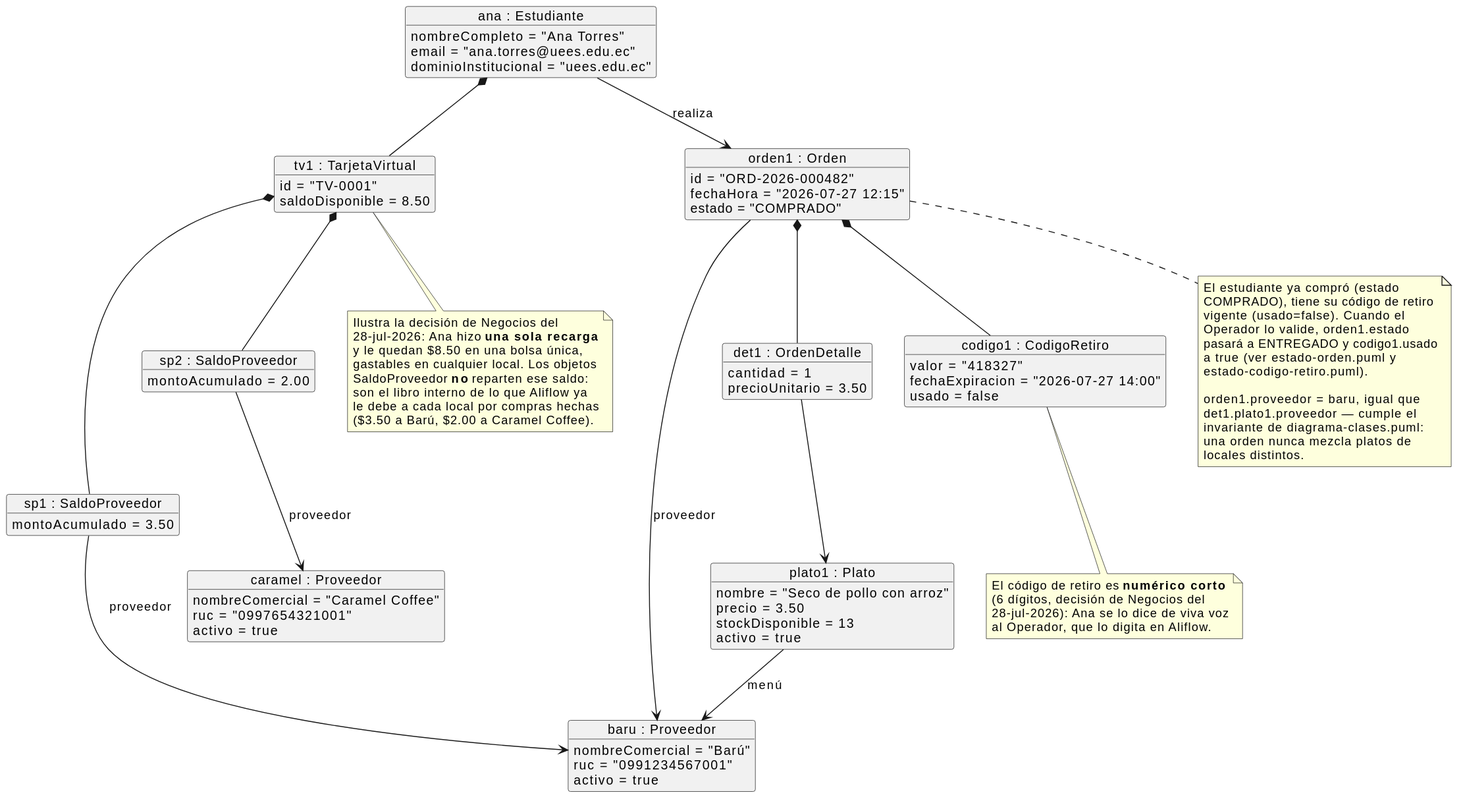
Earlier version of the PlantUML export Entregables/uml/objeto-billetera-orden.svg (Jesus-JB/aliflow).
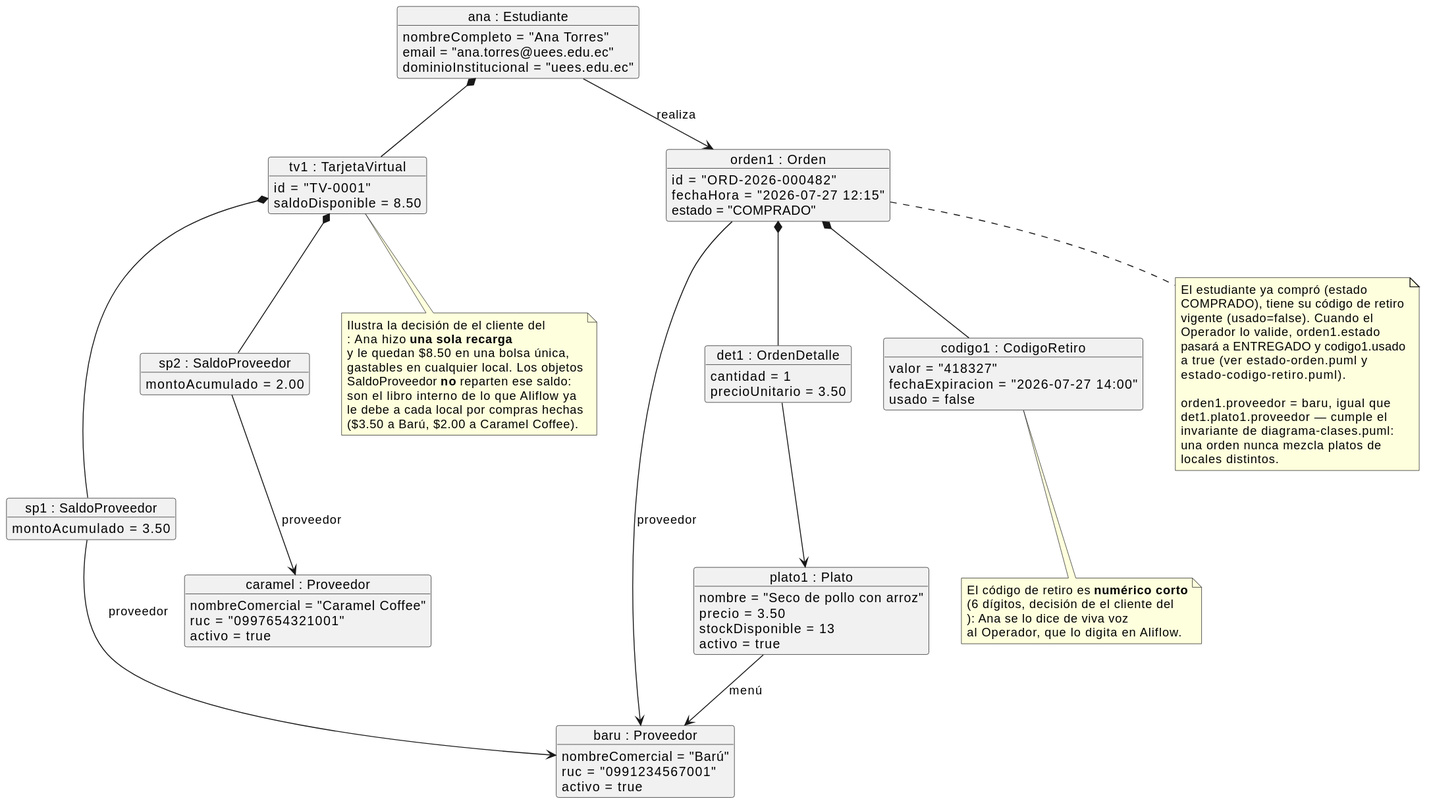
After the change.

Change to the diagram source:
```diff
@@ -69,8 +69,8 @@
 orden1 *-- codigo1
 
 note bottom of tv1
-  Ilustra la decisión de Negocios del
-  28-jul-2026: Ana hizo **una sola recarga**
+  Ilustra la decisión de el cliente del
+  : Ana hizo **una sola recarga**
   y le quedan $8.50 en una bolsa única,
   gastables en cualquier local. Los objetos
   SaldoProveedor **no** reparten ese saldo:
@@ -81,8 +81,8 @@
 
 note bottom of codigo1
   El código de retiro es **numérico corto**
-  (6 dígitos, decisión de Negocios del
-  28-jul-2026): Ana se lo dice de viva voz
+  (6 dígitos, decisión de el cliente del
+  ): Ana se lo dice de viva voz
   al Operador, que lo digita en Aliflow.
 end note
 
```
